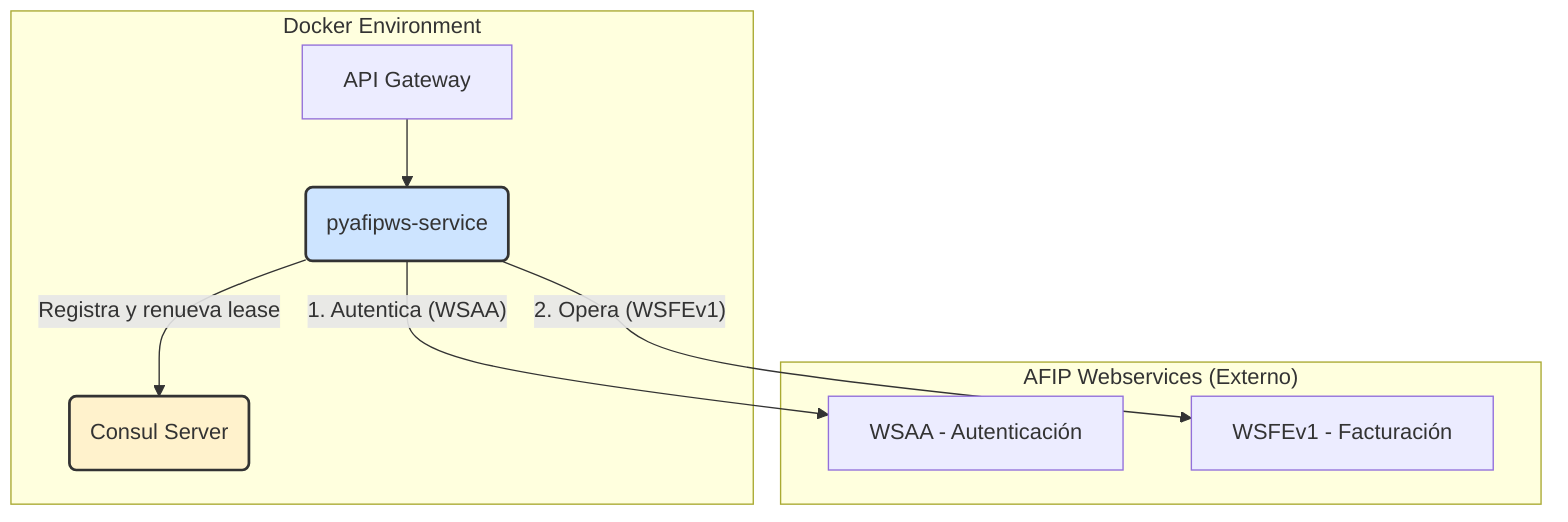
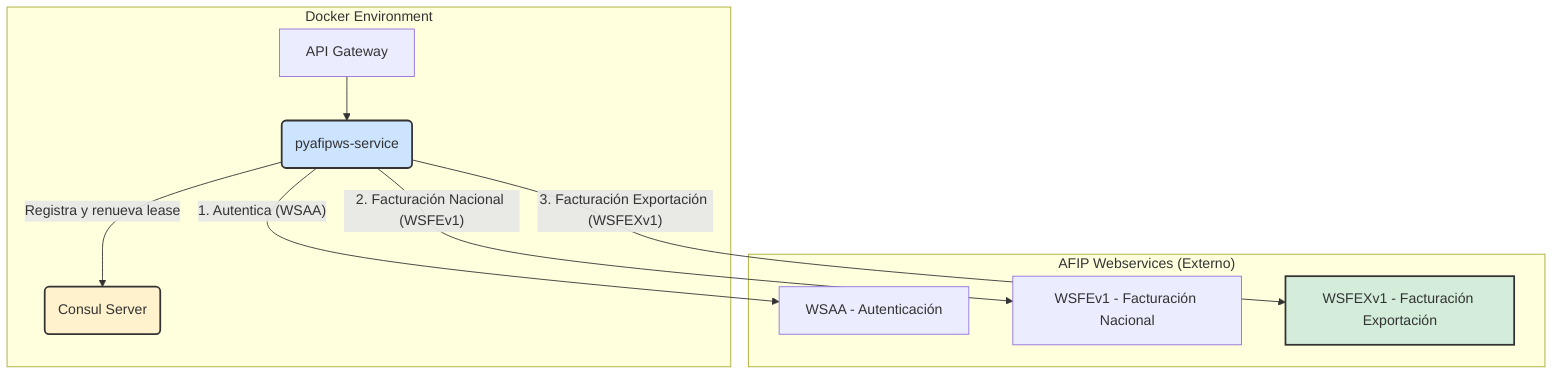
graph TD
    subgraph "Docker Environment"
        A[API Gateway] --> B(pyafipws-service);
        B -- "Registra y renueva lease" --> C(Consul Server);
    end

    subgraph "AFIP Webservices (Externo)"
        D[WSAA - Autenticación];
-         E[WSFEv1 - Facturación];
+         E[WSFEv1 - Facturación Nacional];
+         F[WSFEXv1 - Facturación Exportación];
    end

    B -- "1. Autentica (WSAA)" --> D;
-     B -- "2. Opera (WSFEv1)" --> E;
+     B -- "2. Facturación Nacional (WSFEv1)" --> E;
+     B -- "3. Facturación Exportación (WSFEXv1)" --> F;

    style B fill:#cde4ff,stroke:#333,stroke-width:2px
-     style C fill:#fff2cc,stroke:#333,stroke-width:2px+     style C fill:#fff2cc,stroke:#333,stroke-width:2px
+     style F fill:#d4edda,stroke:#333,stroke-width:2px